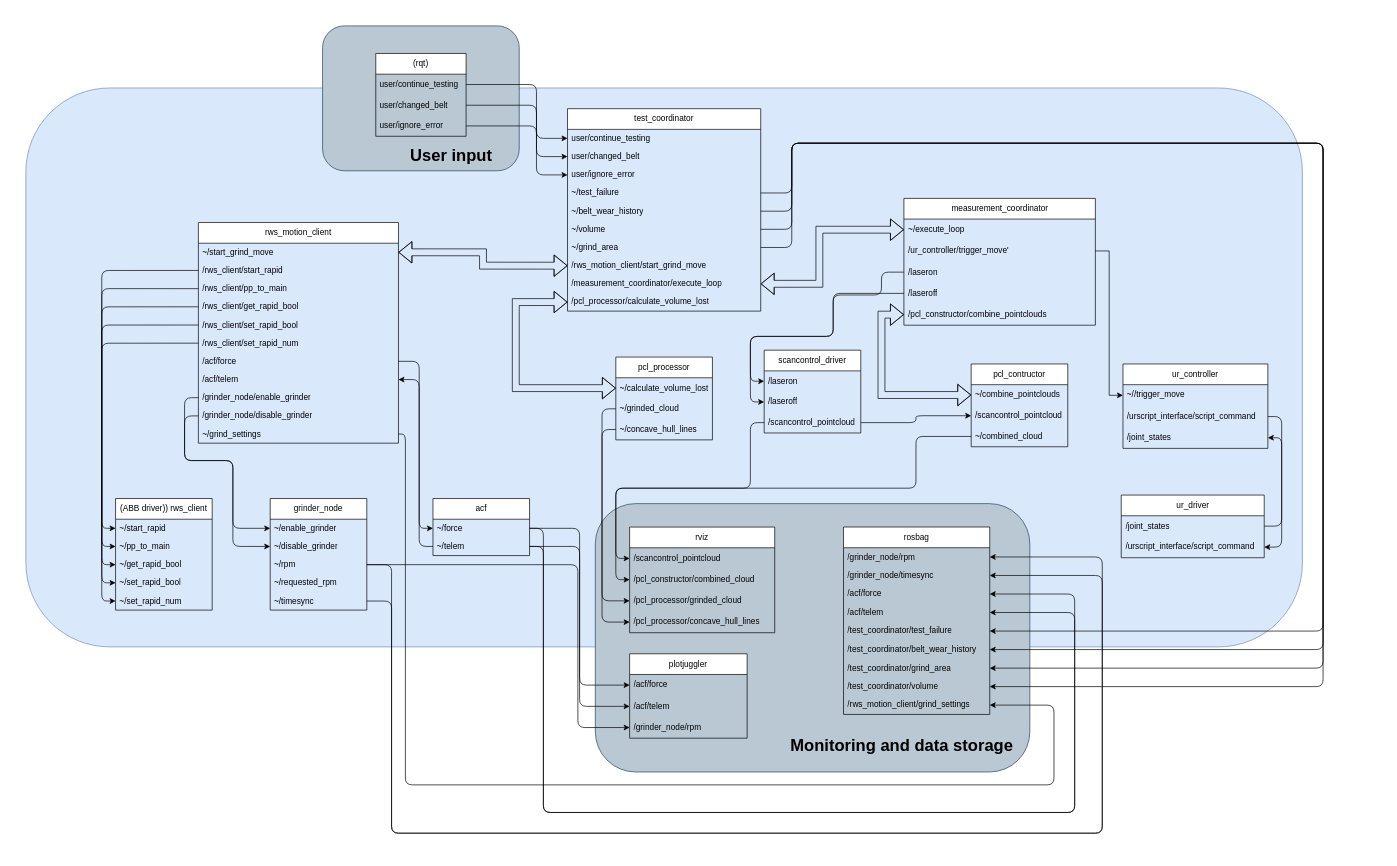
This is OverviewV2.drawio from Luka140/drawio_graphs, a draw.io file, before an edit. Source tidied: cells renumbered, new cells numbered last; positions are measured from the earlier drawing's top-left corner, leaving out a move shared by most shapes. Both pictures are drawn from the tidied source at 69%, with x=0, y=0 at pixel (26, 26).
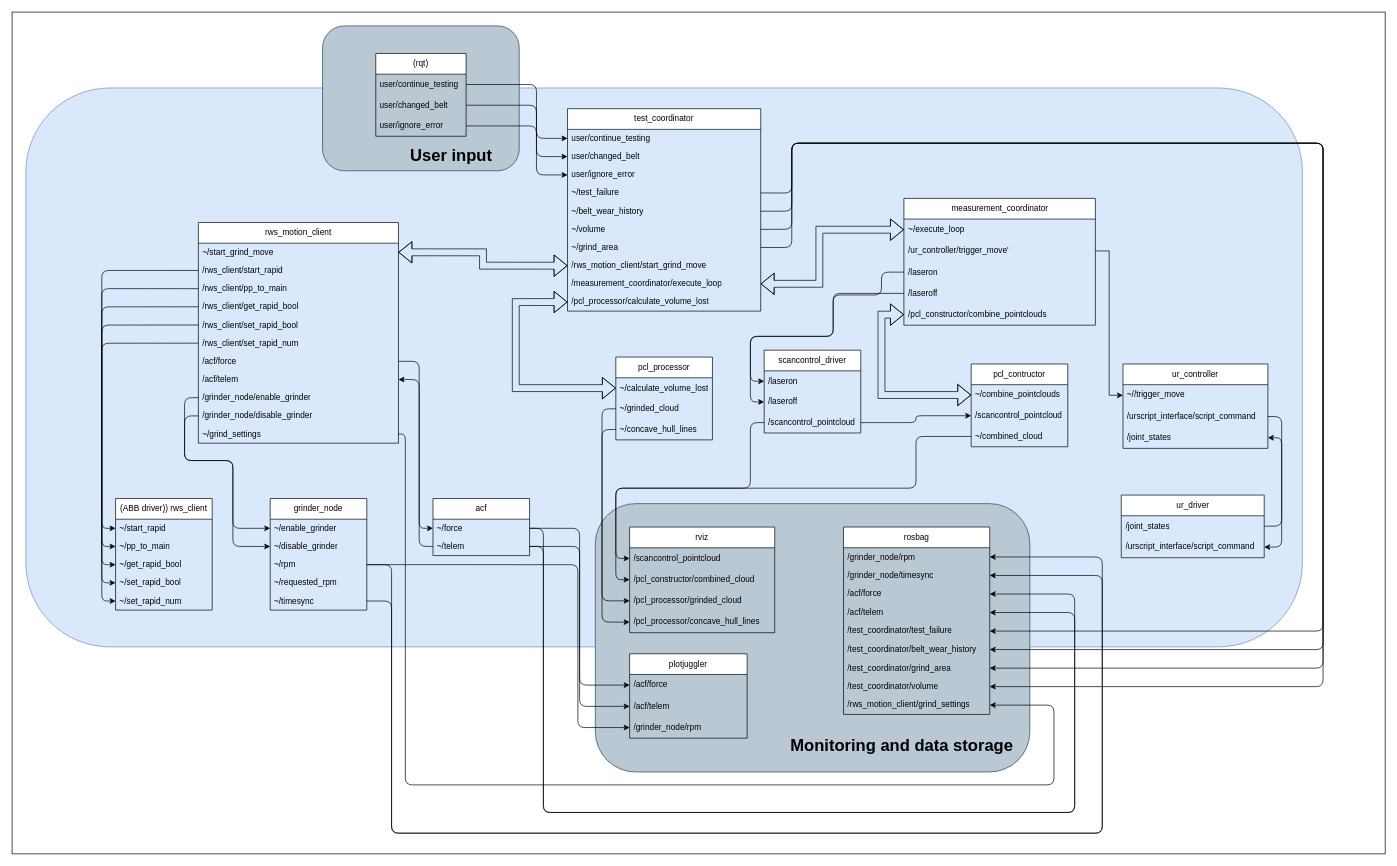
The same diagram, later.

Commit message:
black_background

The edit, as a diff of the source:
```diff
@@
+    <mxCell id="137" style="rounded=0;whiteSpace=wrap;html=1;" parent="1" vertex="1">
+      <mxGeometry x="-20" y="-20" width="1990" height="1220" as="geometry" />
+    </mxCell>
```
